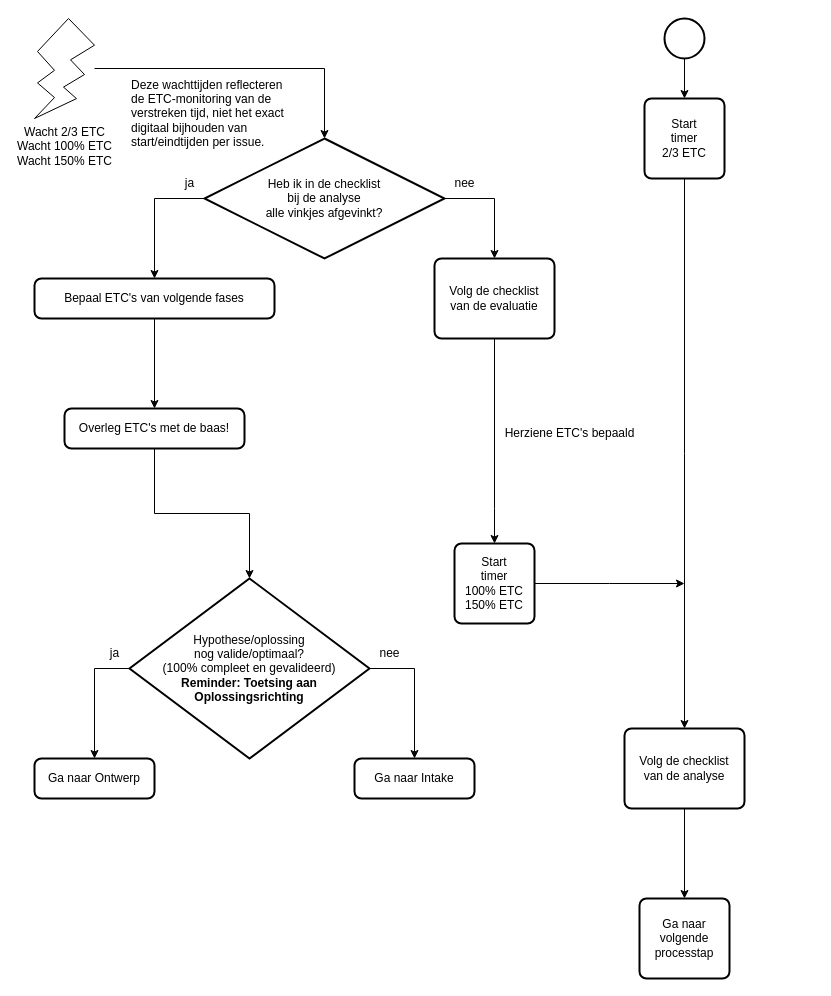
The draw.io diagram 2 Issue Tracker analyse.drawio in Zaibatsu89/IssueTracker, before the edit. Source tidied: cells renumbered, new cells numbered last; positions are measured from the earlier drawing's top-left corner, leaving out a move shared by most shapes. Both pictures are drawn from the tidied source at 100%, with x=0, y=0 at pixel (34, 18).
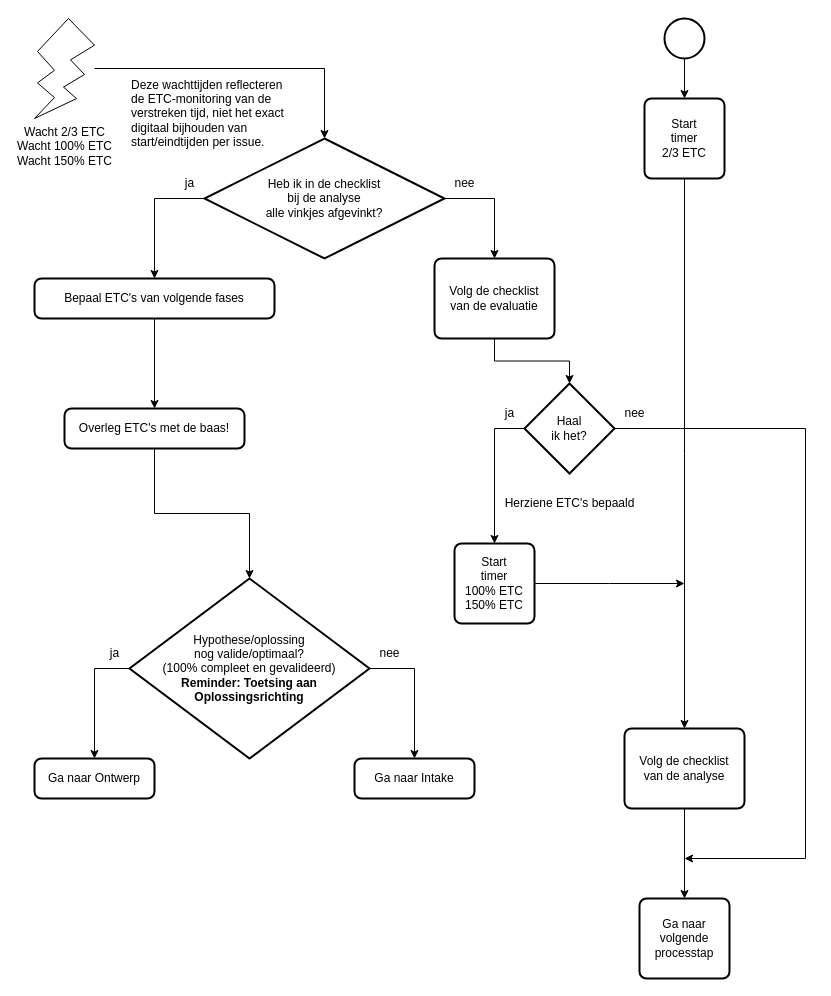
The same diagram, later.

Commit message (it also covers changes not shown here):
Voeg "Haal ik het?" toe na "Volg de checklist van de evaluatie" in flowcharts

Unchanged cells that the change refers to:
```xml
<mxCell id="21" value="Volg de checklist&lt;br&gt;van de evaluatie" style="rounded=1;whiteSpace=wrap;html=1;absoluteArcSize=1;arcSize=14;strokeWidth=2;" parent="1" vertex="1">
  <mxGeometry x="400" y="240" width="120" height="80" as="geometry" />
</mxCell>
<mxCell id="32" value="Start&lt;br&gt;timer&lt;br&gt;100% ETC&lt;br&gt;150% ETC" style="rounded=1;whiteSpace=wrap;html=1;absoluteArcSize=1;arcSize=14;strokeWidth=2;" parent="1" vertex="1">
  <mxGeometry x="420" y="525" width="80" height="80" as="geometry" />
</mxCell>
```

Diff of the diagram source:
```diff
@@
-    <mxCell id="20" style="edgeStyle=orthogonalEdgeStyle;rounded=0;jettySize=auto;html=1;entryX=0.5;entryY=0;entryDx=0;entryDy=0;" parent="1" edge="1" source="21" target="32">
-      <mxGeometry relative="1" as="geometry">
-        <Array as="points">
-          <mxPoint x="460" y="490" />
-          <mxPoint x="460" y="490" />
-        </Array>
-      </mxGeometry>
-    </mxCell>
@@
     <mxCell id="25" value="Herziene ETC's bepaald" style="text;html=1;align=center;verticalAlign=middle;strokeColor=none;fillColor=none;" parent="1" vertex="1">
-      <mxGeometry x="460" y="400" width="150" height="30" as="geometry" />
+      <mxGeometry x="460" y="470" width="150" height="30" as="geometry" />
     </mxCell>
@@
+    <mxCell id="33" style="edgeStyle=orthogonalEdgeStyle;rounded=0;jettySize=auto;html=1;exitX=0;exitY=0.5;exitDx=0;exitDy=0;exitPerimeter=0;entryX=0.5;entryY=0;entryDx=0;entryDy=0;" parent="1" edge="1" source="35" target="32">
+      <mxGeometry relative="1" as="geometry" />
+    </mxCell>
+    <mxCell id="34" style="edgeStyle=orthogonalEdgeStyle;rounded=0;jettySize=auto;html=1;exitX=1;exitY=0.5;exitDx=0;exitDy=0;exitPerimeter=0;" parent="1" edge="1" source="35">
+      <mxGeometry relative="1" as="geometry">
+        <mxPoint x="650" y="840" as="targetPoint" />
+        <Array as="points">
+          <mxPoint x="771" y="410" />
+          <mxPoint x="771" y="840" />
+        </Array>
+      </mxGeometry>
+    </mxCell>
+    <mxCell id="35" value="Haal&lt;br&gt;ik het?" style="strokeWidth=2;html=1;shape=mxgraph.flowchart.decision;whiteSpace=wrap;" parent="1" vertex="1">
+      <mxGeometry x="490" y="365" width="90" height="90" as="geometry" />
+    </mxCell>
+    <mxCell id="36" style="edgeStyle=orthogonalEdgeStyle;rounded=0;jettySize=auto;html=1;entryX=0.5;entryY=0;entryDx=0;entryDy=0;entryPerimeter=0;" parent="1" edge="1" source="21" target="35">
+      <mxGeometry relative="1" as="geometry" />
+    </mxCell>
+    <mxCell id="37" value="ja" style="text;html=1;align=center;verticalAlign=middle;strokeColor=none;fillColor=none;" parent="1" vertex="1">
+      <mxGeometry x="460" y="380" width="30" height="30" as="geometry" />
+    </mxCell>
+    <mxCell id="38" value="nee" style="text;html=1;align=center;verticalAlign=middle;strokeColor=none;fillColor=none;" parent="1" vertex="1">
+      <mxGeometry x="580" y="380" width="40" height="30" as="geometry" />
+    </mxCell>
```
